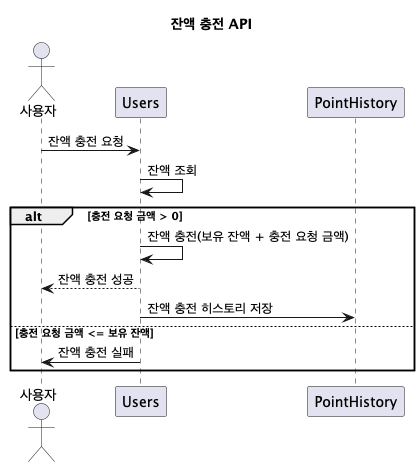
Above: assets/images/diagram/sequence/charge_point.png in leejisuu/hhplus-ecommerce-serivce (PlantUML), before the change.
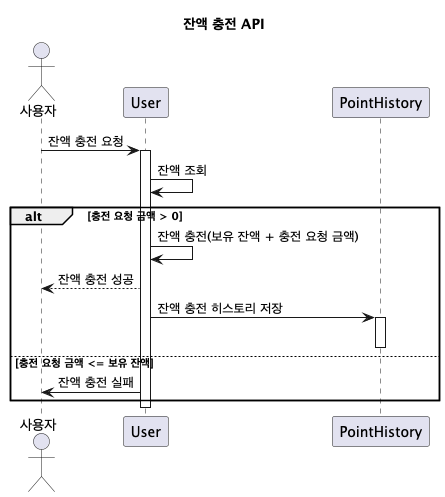
The same file after the commit.

What changed in the source:
```diff
@@ -1,16 +1,20 @@
 @startuml
 title 잔액 충전 API
-actor "사용자" as User
-participant "Users" as Users
+actor "사용자" as Actor
+participant "User" as User
 participant "PointHistory" as PointHistory
 
-User -> Users : 잔액 충전 요청
-Users -> Users : 잔액 조회
+Actor -> User : 잔액 충전 요청
+activate User
+User -> User : 잔액 조회
 alt 충전 요청 금액 > 0
-    Users -> Users : 잔액 충전(보유 잔액 + 충전 요청 금액)
-    Users --> User : 잔액 충전 성공
-    Users -> "PointHistory" : 잔액 충전 히스토리 저장
+    User -> User : 잔액 충전(보유 잔액 + 충전 요청 금액)
+    User --> Actor : 잔액 충전 성공
+    User -> "PointHistory" : 잔액 충전 히스토리 저장
+    activate PointHistory
+    deactivate PointHistory
 else 충전 요청 금액 <= 보유 잔액
-    Users -> User : 잔액 충전 실패
+    User -> Actor : 잔액 충전 실패
 end
+deactivate User
 @enduml
```
